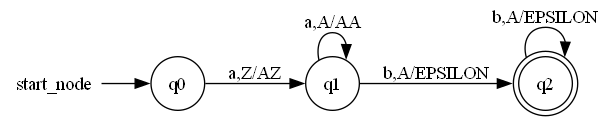
Before: automata.png, a diagram exported from Graphviz (Alberto3001/Autoflow). Its source is kept beside it as automata.dot.
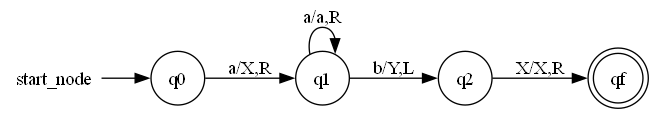
Later version of the same file.

The edit, as a diff of the source:
```diff
@@ -1,12 +1,13 @@
 digraph "Automata automata" {
     rankdir=LR; // Dirección del grafo: de izquierda a derecha
+    "q2" [label="q2", shape=circle];
     "q1" [label="q1", shape=circle];
-    "q2" [label="q2", shape=doublecircle];
+    "qf" [label="qf", shape=doublecircle];
     "q0" [label="q0", shape=circle];
     node [shape=none, width=0, height=0]; start_node;
     start_node -> "q0";
-    "q0" -> "q1" [label="a,Z/AZ"];
-    "q1" -> "q1" [label="a,A/AA"];
-    "q1" -> "q2" [label="b,A/EPSILON"];
-    "q2" -> "q2" [label="b,A/EPSILON"];
+    "q0" -> "q1" [label="a/X,R"];
+    "q1" -> "q1" [label="a/a,R"];
+    "q1" -> "q2" [label="b/Y,L"];
+    "q2" -> "qf" [label="X/X,R"];
 }
```
